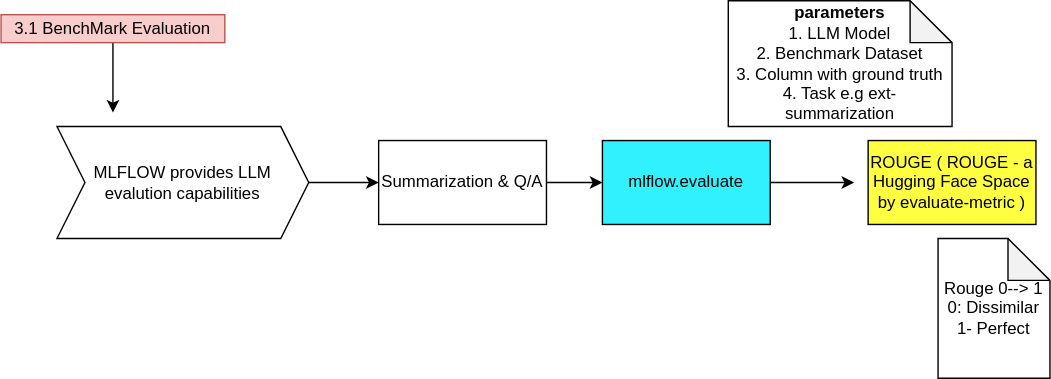
The draw.io diagram GenAIDbricksCert/GenAIEvaluationGovernance/Benchmark.drawio.svg in sajinvk/Data, before a commit. Source tidied: cells renumbered, new cells last; positions are measured from the earlier drawing's top-left corner, leaving out a move shared by most shapes.
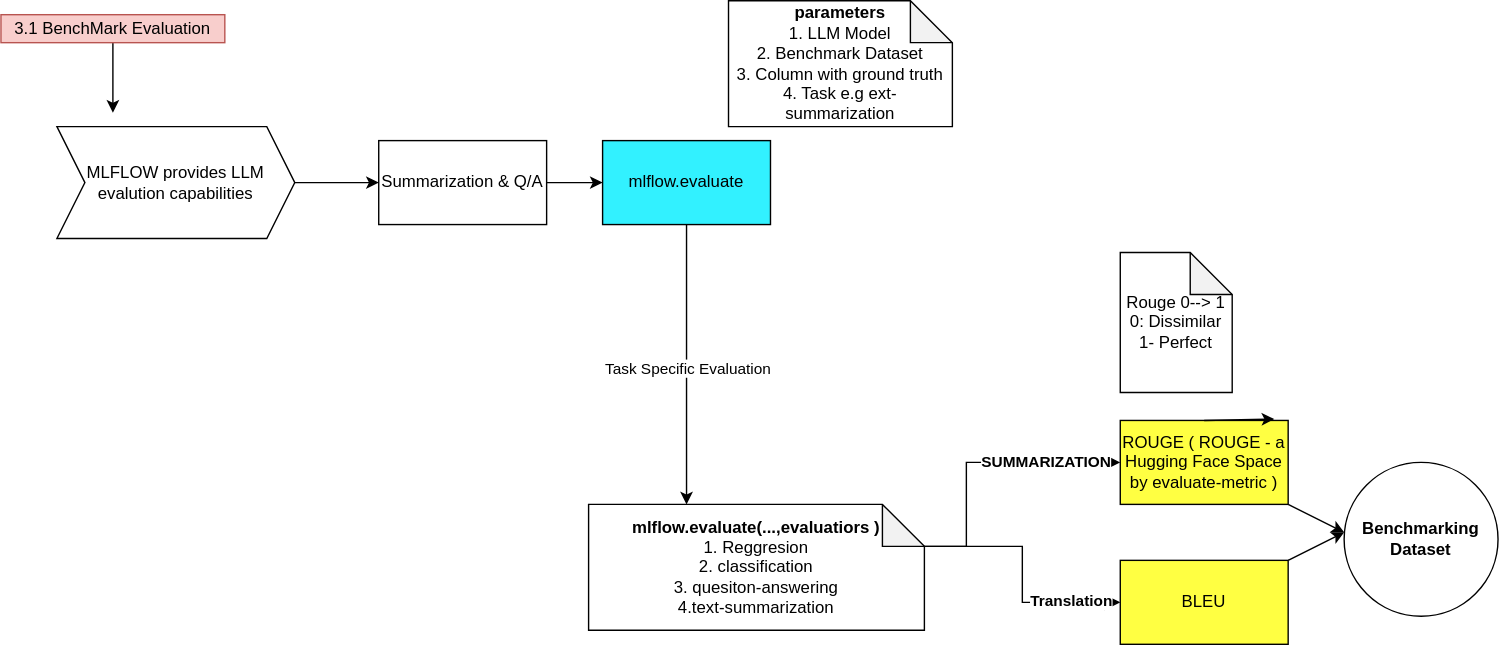
Above is the later version.

Diff of the diagram source:
```diff
@@ -16,7 +16,7 @@
       </mxGeometry>
     </mxCell>
     <mxCell id="5" value="MLFLOW provides LLM evalution capabilities&amp;nbsp;" style="shape=step;perimeter=stepPerimeter;whiteSpace=wrap;html=1;fixedSize=1;" parent="1" vertex="1">
-      <mxGeometry x="40" y="90" width="180" height="80" as="geometry" />
+      <mxGeometry x="40" y="90" width="170" height="80" as="geometry" />
     </mxCell>
     <mxCell id="6" style="edgeStyle=none;html=1;" parent="1" edge="1" source="7">
       <mxGeometry relative="1" as="geometry">
@@ -26,22 +26,66 @@
     <mxCell id="7" value="Summarization &amp;amp; Q/A" style="rounded=0;whiteSpace=wrap;html=1;" parent="1" vertex="1">
       <mxGeometry x="270" y="100" width="120" height="60" as="geometry" />
     </mxCell>
-    <mxCell id="8" style="edgeStyle=none;html=1;" parent="1" edge="1" source="9">
-      <mxGeometry relative="1" as="geometry">
-        <mxPoint x="610" y="130" as="targetPoint" />
-      </mxGeometry>
-    </mxCell>
+    <mxCell id="13" style="edgeStyle=none;html=1;" parent="1" edge="1" source="9">
+      <mxGeometry relative="1" as="geometry">
+        <mxPoint x="490" y="360" as="targetPoint" />
+      </mxGeometry>
+    </mxCell>
+    <mxCell id="14" value="Task Specific Evaluation" style="edgeLabel;html=1;align=center;verticalAlign=middle;" parent="13" vertex="1">
+      <mxGeometry x="0.02" relative="1" as="geometry" />
+    </mxCell>
     <mxCell id="9" value="mlflow.evaluate&amp;nbsp;" style="rounded=0;whiteSpace=wrap;html=1;fillColor=#32F1FF;" parent="1" vertex="1">
       <mxGeometry x="430" y="100" width="120" height="60" as="geometry" />
     </mxCell>
     <mxCell id="10" value="&lt;b&gt;parameters&amp;nbsp;&lt;/b&gt;&lt;div&gt;1. LLM Model&amp;nbsp;&lt;/div&gt;&lt;div&gt;2. Benchmark Dataset&lt;/div&gt;&lt;div&gt;3. Column with ground truth&amp;nbsp;&lt;/div&gt;&lt;div&gt;4. Task e.g ext-summarization&lt;/div&gt;" style="shape=note;whiteSpace=wrap;html=1;backgroundOutline=1;darkOpacity=0.05;" parent="1" vertex="1">
       <mxGeometry x="520" width="160" height="90" as="geometry" />
     </mxCell>
+    <mxCell id="15" style="edgeStyle=none;html=1;" parent="1" edge="1" source="11">
+      <mxGeometry relative="1" as="geometry">
+        <mxPoint x="960" y="380" as="targetPoint" />
+      </mxGeometry>
+    </mxCell>
     <mxCell id="11" value="ROUGE (&lt;a href=&quot;https://huggingface.co/spaces/evaluate-metric/rouge&quot;&gt;ROUGE - a Hugging Face Space by evaluate-metric&lt;/a&gt;)&amp;nbsp;" style="rounded=0;whiteSpace=wrap;html=1;fillColor=#FFFF42;" parent="1" vertex="1">
-      <mxGeometry x="620" y="100" width="120" height="60" as="geometry" />
+      <mxGeometry x="800" y="300" width="120" height="60" as="geometry" />
     </mxCell>
     <mxCell id="12" value="Rouge 0--&amp;gt; 1&lt;div&gt;0: Dissimilar&amp;nbsp;&lt;/div&gt;&lt;div&gt;1- Perfect&amp;nbsp;&lt;/div&gt;" style="shape=note;whiteSpace=wrap;html=1;backgroundOutline=1;darkOpacity=0.05;" parent="1" vertex="1">
-      <mxGeometry x="670" y="170" width="80" height="100" as="geometry" />
+      <mxGeometry x="800" y="180" width="80" height="100" as="geometry" />
     </mxCell>
+    <mxCell id="16" value="&lt;b&gt;mlflow.evaluate(...,evaluatiors )&lt;/b&gt;&lt;div&gt;1. Reggresion&amp;nbsp;&lt;/div&gt;&lt;div&gt;2. classification&amp;nbsp;&lt;/div&gt;&lt;div&gt;3. quesiton-answering&amp;nbsp;&lt;/div&gt;&lt;div&gt;4.text-summarization&lt;/div&gt;" style="shape=note;whiteSpace=wrap;html=1;backgroundOutline=1;darkOpacity=0.05;" parent="1" vertex="1">
+      <mxGeometry x="420" y="360" width="240" height="90" as="geometry" />
+    </mxCell>
+    <mxCell id="17" style="edgeStyle=elbowEdgeStyle;elbow=horizontal;endArrow=classic;html=1;curved=0;rounded=0;endSize=8;startSize=8;entryX=0;entryY=0.5;entryDx=0;entryDy=0;" parent="1" edge="1" target="11">
+      <mxGeometry relative="1" as="geometry">
+        <mxPoint x="660" y="390" as="sourcePoint" />
+        <Array as="points">
+          <mxPoint x="690" y="350" />
+        </Array>
+      </mxGeometry>
+    </mxCell>
+    <mxCell id="18" value="SUMMARIZATION" style="edgeLabel;html=1;align=center;verticalAlign=middle;fontStyle=1;" parent="17" vertex="1">
+      <mxGeometry x="0.46" y="1" relative="1" as="geometry" />
+    </mxCell>
+    <mxCell id="19" style="edgeStyle=elbowEdgeStyle;elbow=horizontal;endArrow=classic;html=1;curved=0;rounded=0;endSize=8;startSize=8;entryX=0;entryY=0.5;entryDx=0;entryDy=0;" parent="1" edge="1" target="22">
+      <mxGeometry relative="1" as="geometry">
+        <mxPoint x="660" y="390" as="sourcePoint" />
+      </mxGeometry>
+    </mxCell>
+    <mxCell id="20" value="&lt;b&gt;Translation&lt;/b&gt;" style="edgeLabel;html=1;align=center;verticalAlign=middle;" parent="19" vertex="1">
+      <mxGeometry x="0.6" y="2" relative="1" as="geometry" />
+    </mxCell>
+    <mxCell id="21" style="edgeStyle=none;html=1;" parent="1" edge="1" source="22">
+      <mxGeometry relative="1" as="geometry">
+        <mxPoint x="960" y="380" as="targetPoint" />
+      </mxGeometry>
+    </mxCell>
+    <mxCell id="22" value="BLEU" style="rounded=0;whiteSpace=wrap;html=1;fillColor=#FFFF42;" parent="1" vertex="1">
+      <mxGeometry x="800" y="400" width="120" height="60" as="geometry" />
+    </mxCell>
+    <mxCell id="23" style="edgeStyle=none;html=1;exitX=0.5;exitY=0;exitDx=0;exitDy=0;entryX=0.917;entryY=-0.017;entryDx=0;entryDy=0;entryPerimeter=0;" parent="1" edge="1" source="11" target="11">
+      <mxGeometry relative="1" as="geometry" />
+    </mxCell>
+    <mxCell id="24" value="&lt;b&gt;Benchmarking Dataset&amp;nbsp;&lt;/b&gt;" style="ellipse;whiteSpace=wrap;html=1;" parent="1" vertex="1">
+      <mxGeometry x="960" y="330" width="110" height="110" as="geometry" />
+    </mxCell>
   </root>
 </mxGraphModel>
```
